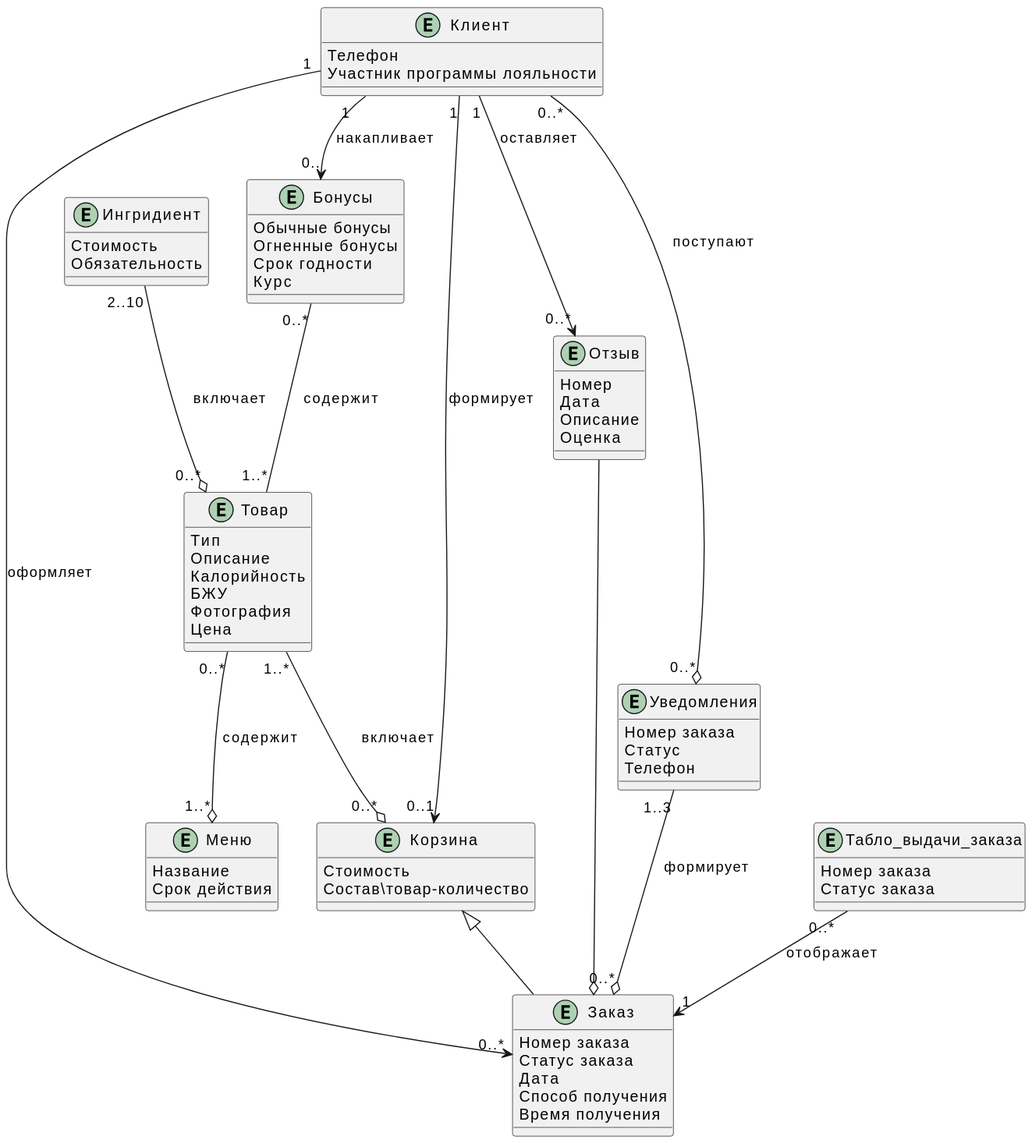
Before: docs/diagrams/include/classes.svg, a diagram exported from PlantUML (xxx996/OTUS_Restaraunt).
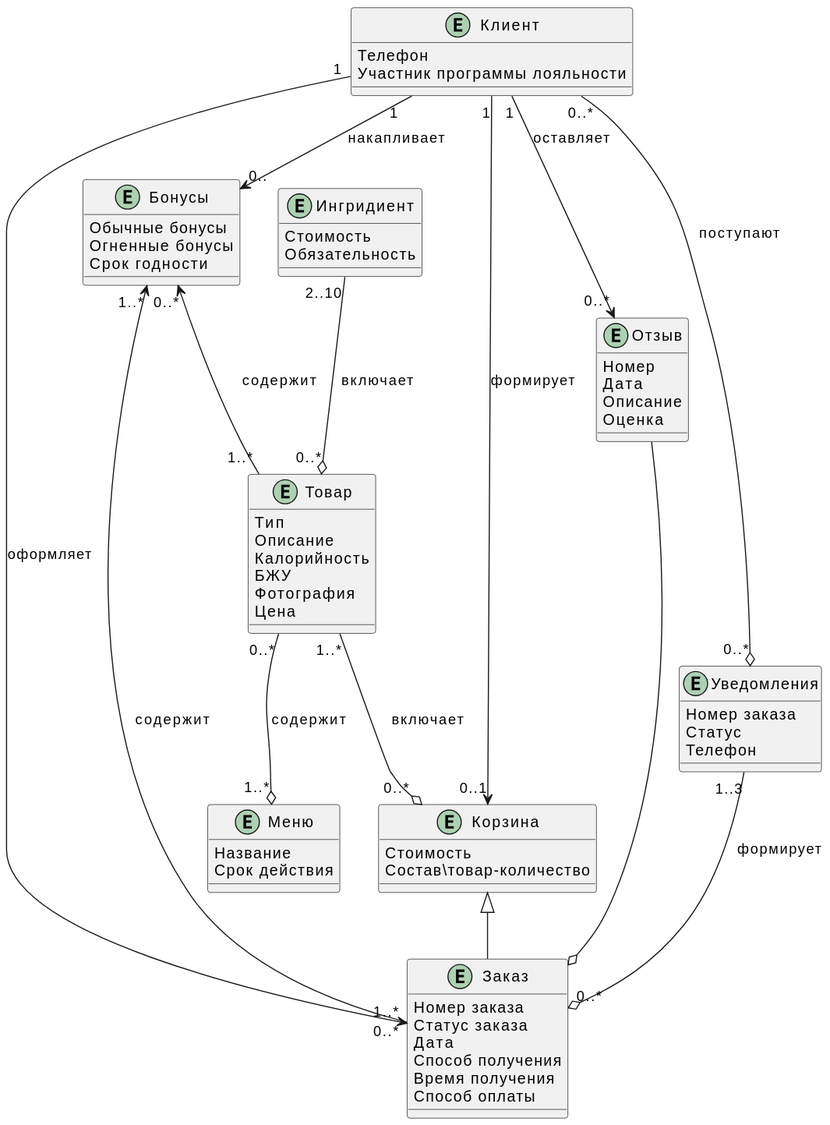
After the change.

Diff of the diagram source:
```diff
@@ -11,7 +11,6 @@
 Обычные бонусы
 Огненные бонусы
 Срок годности
-Курс
 }
 
 Entity Меню
@@ -27,6 +26,7 @@
 Дата
 Способ получения
 Время получения
+Способ оплаты
 }
 
 Entity Товар
@@ -69,12 +69,6 @@
 Телефон
 }
 
-Entity Табло_выдачи_заказа
-{
-Номер заказа
-Статус заказа
-}
-
 
 Товар "1..*" --o "0..*" Корзина :включает
 Товар "0..*" --o "1..*" Меню :содержит
@@ -85,8 +79,8 @@
 Клиент "1" --> "0.." Бонусы: накапливает
 Ингридиент "2..10" --o "0..*" Товар :включает
 Корзина ^-- Заказ
-Бонусы "0..*" -- "1..*" Товар : содержит
+Бонусы "0..*" <-- "1..*" Товар : содержит
 Отзыв --o Заказ
-Табло_выдачи_заказа "0..*" --> "1" Заказ : отображает
 Уведомления "1..3" --o "0..*" Заказ : формирует
+Заказ "1..*" --> "1..*" Бонусы : содержит
 @enduml
```
